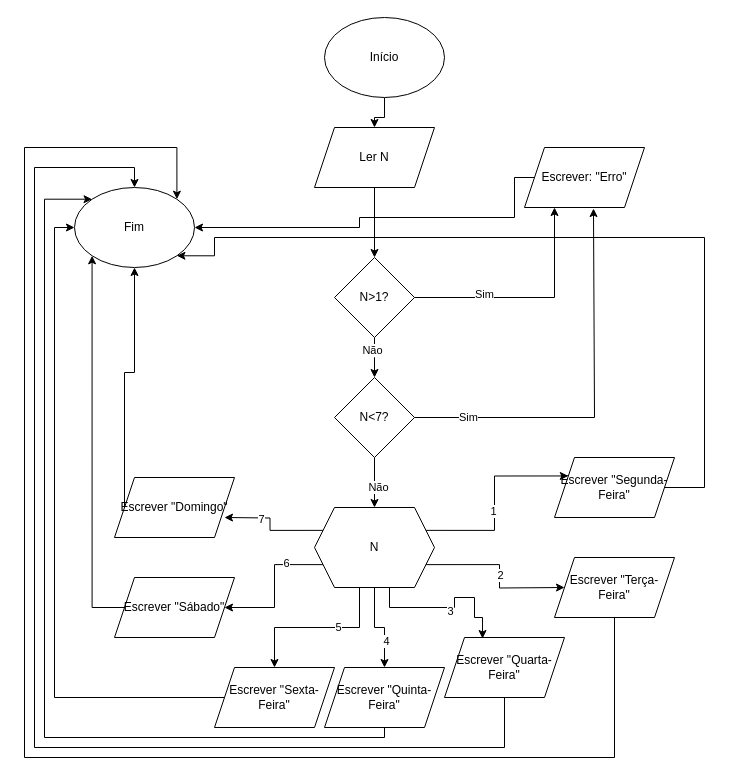
This is flux9.drawio from matheuslachaves/Fluxogramas, a draw.io file, before an edit. Source tidied: cells renumbered, new cells numbered last; positions are measured from the earlier drawing's top-left corner, leaving out a move shared by most shapes. Both pictures are drawn from the tidied source at 100%, with x=0, y=0 at pixel (24, 17).
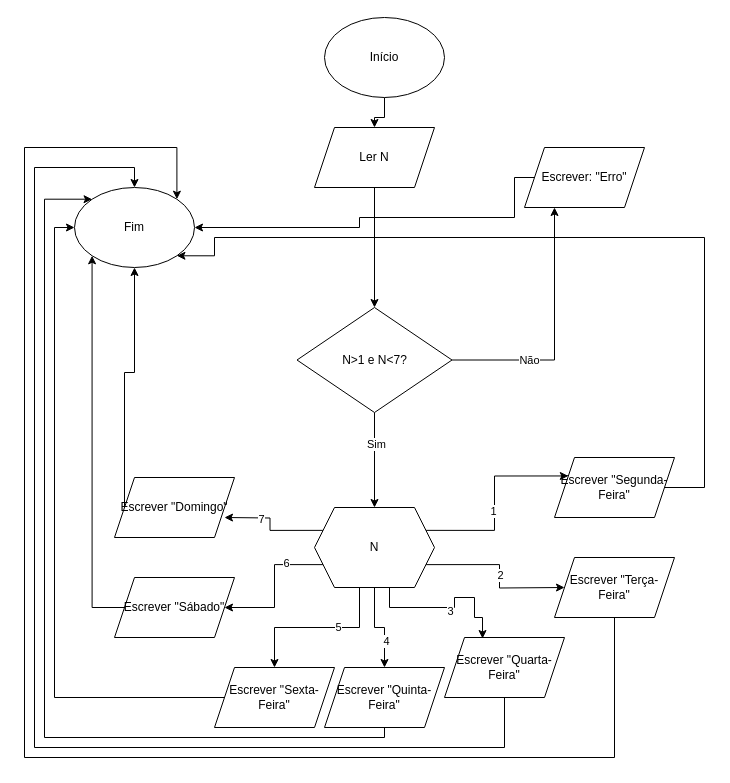
The same diagram, later.

The change refers to these unchanged cells:
```xml
<mxCell id="5" value="Ler N" style="shape=parallelogram;perimeter=parallelogramPerimeter;whiteSpace=wrap;html=1;shapeInside=1;fixedSize=1;" parent="1" vertex="1">
  <mxGeometry x="290" y="110" width="120" height="60" as="geometry" />
</mxCell>
<mxCell id="32" value="Escrever: &quot;Erro&quot;" style="shape=parallelogram;perimeter=parallelogramPerimeter;whiteSpace=wrap;html=1;shapeInside=1;fixedSize=1;" parent="1" vertex="1">
  <mxGeometry x="500" y="130" width="120" height="60" as="geometry" />
</mxCell>
```

Diff of the diagram source:
```diff
@@
-    <mxCell id="4" style="edgeStyle=orthogonalEdgeStyle;rounded=0;jettySize=auto;html=1;" parent="1" edge="1" source="5" target="25">
+    <mxCell id="4" style="edgeStyle=orthogonalEdgeStyle;rounded=0;jettySize=auto;html=1;entryX=0.5;entryY=0;entryDx=0;entryDy=0;" parent="1" edge="1" source="5" target="48">
       <mxGeometry relative="1" as="geometry" />
     </mxCell>
@@
-    <mxCell id="21" style="edgeStyle=orthogonalEdgeStyle;rounded=0;jettySize=auto;html=1;" parent="1" edge="1" source="25">
-      <mxGeometry relative="1" as="geometry">
-        <mxPoint x="350" y="360" as="targetPoint" />
-      </mxGeometry>
-    </mxCell>
-    <mxCell id="22" value="Não" style="edgeLabel;html=1;align=center;verticalAlign=middle;" parent="21" vertex="1">
-      <mxGeometry x="-0.4" y="-3" relative="1" as="geometry" />
-    </mxCell>
-    <mxCell id="23" style="edgeStyle=orthogonalEdgeStyle;rounded=0;jettySize=auto;html=1;exitX=1;exitY=0.5;exitDx=0;exitDy=0;entryX=0.25;entryY=1;entryDx=0;entryDy=0;" parent="1" edge="1" source="25" target="32">
+    <mxCell id="23" style="edgeStyle=orthogonalEdgeStyle;rounded=0;jettySize=auto;html=1;exitX=1;exitY=0.5;exitDx=0;exitDy=0;entryX=0.25;entryY=1;entryDx=0;entryDy=0;" parent="1" edge="1" source="48" target="32">
       <mxGeometry relative="1" as="geometry" />
     </mxCell>
-    <mxCell id="24" value="Sim" style="edgeLabel;html=1;align=center;verticalAlign=middle;" parent="23" vertex="1">
-      <mxGeometry x="-0.4" y="4" relative="1" as="geometry" />
+    <mxCell id="24" value="Não" style="edgeLabel;html=1;align=center;verticalAlign=middle;" parent="23" vertex="1">
+      <mxGeometry x="-0.4" y="4" relative="1" as="geometry">
+        <mxPoint y="4" as="offset" />
+      </mxGeometry>
     </mxCell>
-    <mxCell id="25" value="N&amp;gt;1?" style="rhombus;whiteSpace=wrap;html=1;shapeInside=1;" parent="1" vertex="1">
-      <mxGeometry x="310" y="240" width="80" height="80" as="geometry" />
-    </mxCell>
-    <mxCell id="26" style="edgeStyle=orthogonalEdgeStyle;rounded=0;jettySize=auto;html=1;exitX=0.5;exitY=1;exitDx=0;exitDy=0;" parent="1" edge="1" source="30">
+    <mxCell id="26" style="edgeStyle=orthogonalEdgeStyle;rounded=0;jettySize=auto;html=1;exitX=0.5;exitY=1;exitDx=0;exitDy=0;" parent="1" edge="1" source="48">
       <mxGeometry relative="1" as="geometry">
         <mxPoint x="350" y="490" as="targetPoint" />
       </mxGeometry>
     </mxCell>
-    <mxCell id="27" value="Não" style="edgeLabel;html=1;align=center;verticalAlign=middle;" parent="26" vertex="1">
-      <mxGeometry x="0.2" y="3" relative="1" as="geometry" />
-    </mxCell>
-    <mxCell id="28" style="edgeStyle=orthogonalEdgeStyle;rounded=0;jettySize=auto;html=1;exitX=1;exitY=0.5;exitDx=0;exitDy=0;entryX=0.575;entryY=1.017;entryDx=0;entryDy=0;entryPerimeter=0;" parent="1" edge="1" source="30" target="32">
-      <mxGeometry relative="1" as="geometry">
-        <Array as="points">
-          <mxPoint x="570" y="400" />
-        </Array>
-      </mxGeometry>
-    </mxCell>
-    <mxCell id="29" value="Sim" style="edgeLabel;html=1;align=center;verticalAlign=middle;" parent="28" vertex="1">
-      <mxGeometry x="-0.73" y="1" relative="1" as="geometry" />
+    <mxCell id="29" value="Sim" style="edgeLabel;html=1;align=center;verticalAlign=middle;" parent="26" vertex="1">
+      <mxGeometry x="-0.35" y="1" relative="1" as="geometry" />
     </mxCell>
-    <mxCell id="30" value="N&amp;lt;7?" style="rhombus;whiteSpace=wrap;html=1;shapeInside=1;" parent="1" vertex="1">
-      <mxGeometry x="310" y="360" width="80" height="80" as="geometry" />
-    </mxCell>
@@
+    <mxCell id="48" value="N&amp;gt;1 e N&amp;lt;7?" style="rhombus;whiteSpace=wrap;html=1;shapeInside=1;" parent="1" vertex="1">
+      <mxGeometry x="272.5" y="290" width="155" height="105" as="geometry" />
+    </mxCell>
```
